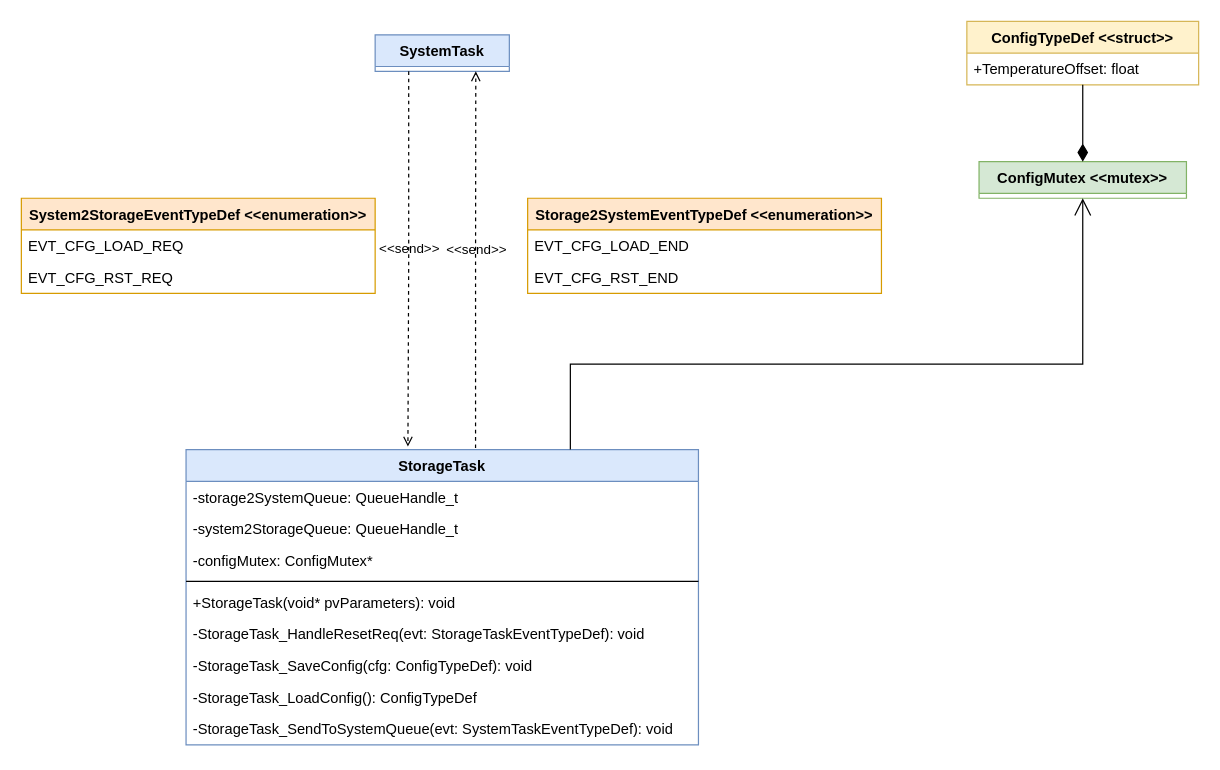
Before: page "storage" (6 of 6) of software/diagrams/mt-rt-sw-design.drawio in MiraTherm/miratherm-radiator-thermostat-documentation, a draw.io diagram. Source tidied: cells renumbered, new cells numbered last; positions are measured from the earlier drawing's top-left corner, leaving out a move shared by most shapes. Both pictures are drawn from the tidied source at 122%, with x=0, y=0 at pixel (21, 21).
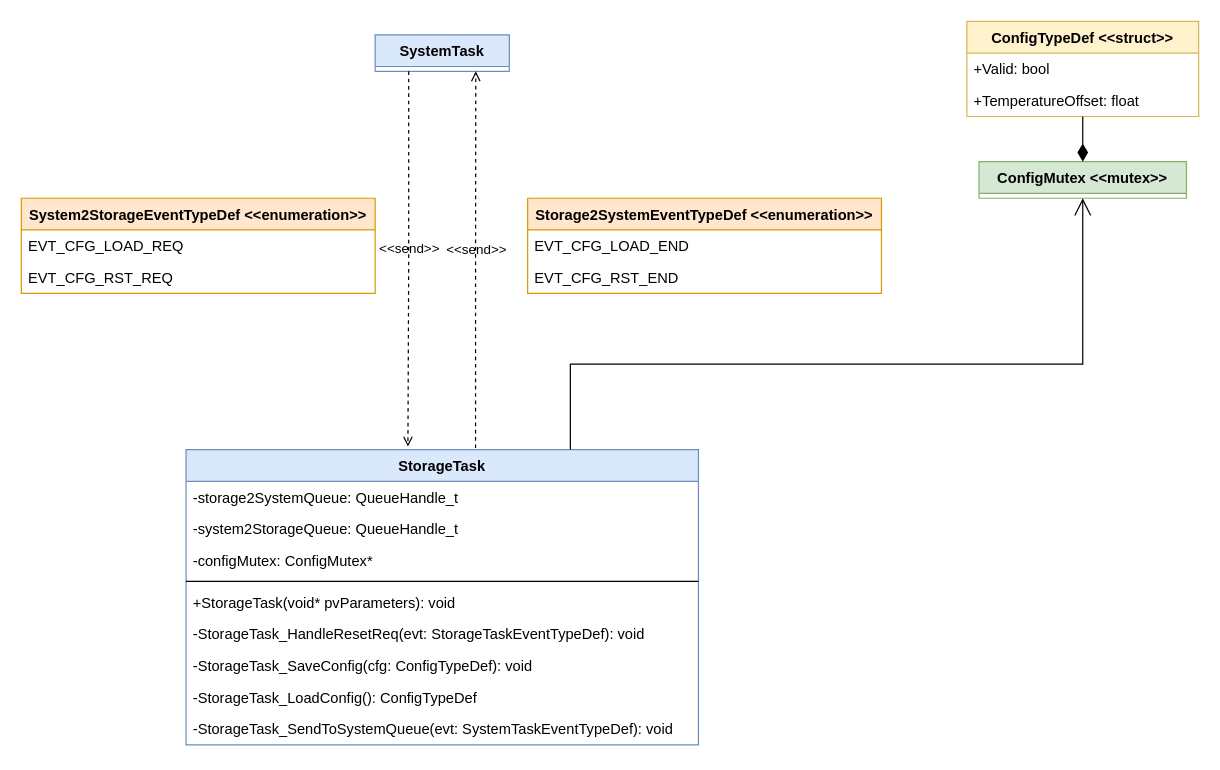
Above is the later version.

Commit message (it also covers changes not shown here):
:memo: Add "Valid" field to Config

The change refers to these unchanged cells:
```xml
<mxCell id="21" value="ConfigMutex &lt;&lt;mutex&gt;&gt;" style="swimlane;fontStyle=1;horizontal=1;startSize=26;fillColor=#d5e8d4;strokeColor=#82b366;" parent="1" vertex="1" collapsed="1">
  <mxGeometry x="785" y="115" width="170" height="30" as="geometry" />
</mxCell>
```

The edit, as a diff of the source:
```diff
@@
     <mxCell id="2" value="ConfigTypeDef &lt;&lt;struct&gt;&gt;" style="swimlane;fontStyle=1;horizontal=1;startSize=26;fillColor=#fff2cc;strokeColor=#d6b656;" parent="1" vertex="1">
-      <mxGeometry x="775" width="190" height="52" as="geometry" />
+      <mxGeometry x="775" width="190" height="78" as="geometry" />
     </mxCell>
+    <mxCell id="28" value="+Valid: bool" style="text;strokeColor=none;fillColor=none;align=left;verticalAlign=top;spacingLeft=4;spacingRight=4;overflow=hidden;" parent="2" vertex="1">
+      <mxGeometry y="26" width="190" height="26" as="geometry" />
+    </mxCell>
     <mxCell id="3" value="+TemperatureOffset: float" style="text;strokeColor=none;fillColor=none;align=left;verticalAlign=top;spacingLeft=4;spacingRight=4;overflow=hidden;" parent="2" vertex="1">
-      <mxGeometry y="26" width="190" height="26" as="geometry" />
+      <mxGeometry y="52" width="190" height="26" as="geometry" />
     </mxCell>
@@
     <mxCell id="23" style="endArrow=diamondThin;endFill=1;endSize=12;html=1;rounded=0;edgeStyle=orthogonalEdgeStyle;exitX=0.5;exitY=1;exitDx=0;exitDy=0;entryX=0.5;entryY=0;entryDx=0;entryDy=0;" parent="1" edge="1" source="2" target="21">
       <mxGeometry relative="1" as="geometry">
         <Array as="points">
-          <mxPoint x="870" y="52" />
+          <mxPoint x="870" y="91" />
+          <mxPoint x="870" y="91" />
         </Array>
       </mxGeometry>
     </mxCell>
```
